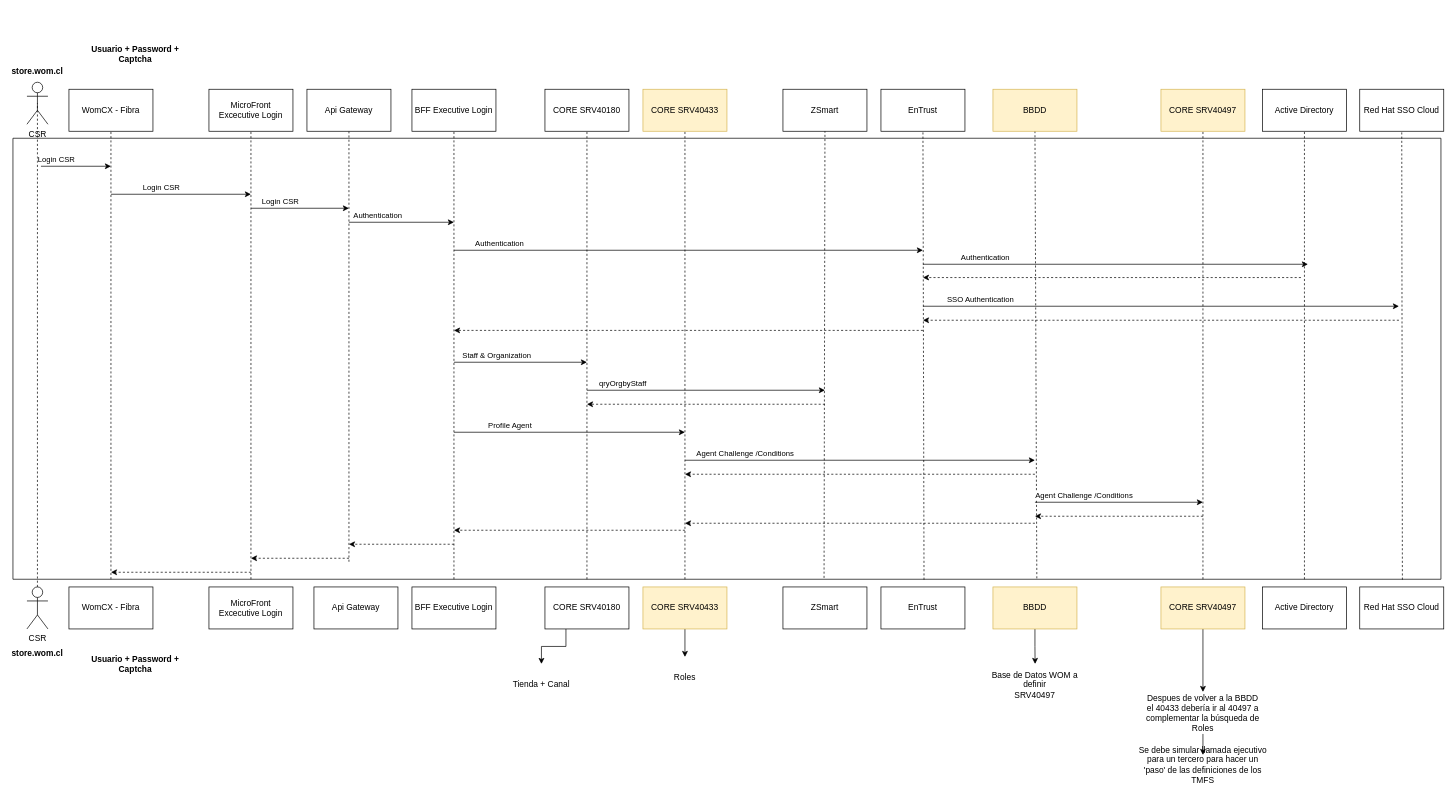
The draw.io diagram page "UML" (1 of 2) of LoginLayer.drawio in linosnt/womCX, before the edit. Source tidied: cells renumbered, new cells numbered last; positions are measured from the earlier drawing's top-left corner, leaving out a move shared by most shapes. Both pictures are drawn from the tidied source at 70%, with x=0, y=0 at pixel (13, 33).
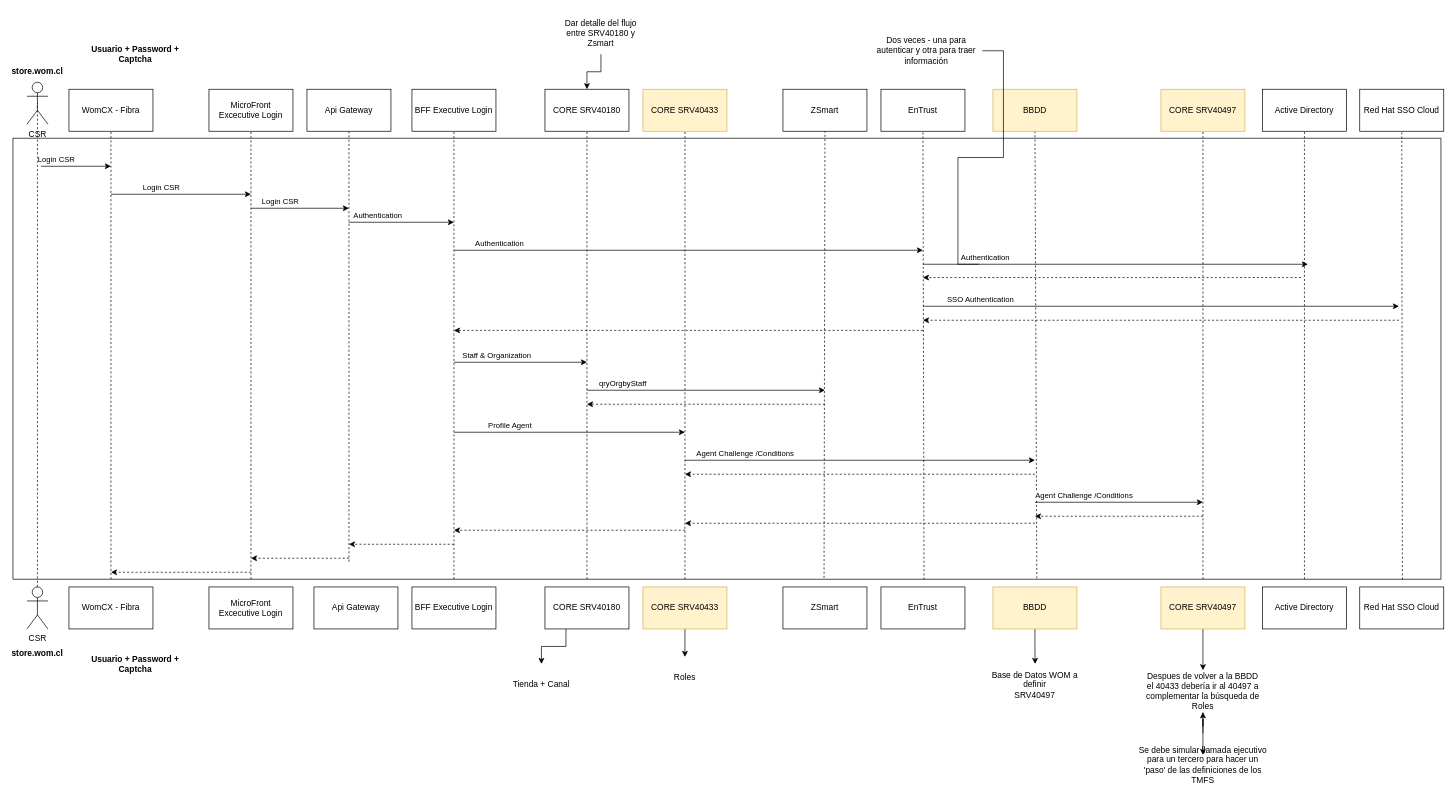
The same page after the edit.

The change refers to these unchanged cells:
```xml
<mxCell id="39" value="CORE SRV40180" style="rounded=0;whiteSpace=wrap;html=1;" parent="1" vertex="1">
  <mxGeometry x="760" y="80" width="120" height="60" as="geometry" />
</mxCell>
<mxCell id="82" value="Se debe simular llamada ejecutivo para un tercero para hacer un 'paso' de las definiciones de los TMFS" style="text;html=1;strokeColor=none;fillColor=none;align=center;verticalAlign=middle;whiteSpace=wrap;rounded=0;" parent="1" vertex="1">
  <mxGeometry x="1605" y="1000" width="190" height="90" as="geometry" />
</mxCell>
```

What changed in the source:
```diff
@@
     <mxCell id="80" value="Despues de volver a la BBDD el 40433 debería ir al 40497 a complementar la búsqueda de Roles&lt;br&gt;" style="text;html=1;strokeColor=none;fillColor=none;align=center;verticalAlign=middle;whiteSpace=wrap;rounded=0;" parent="1" vertex="1">
-      <mxGeometry x="1615" y="941" width="170" height="60" as="geometry" />
+      <mxGeometry x="1615" y="910" width="170" height="60" as="geometry" />
     </mxCell>
@@
+    <mxCell id="88" style="edgeStyle=orthogonalEdgeStyle;rounded=0;jettySize=auto;html=1;" parent="1" edge="1" source="82" target="80">
+      <mxGeometry relative="1" as="geometry" />
+    </mxCell>
@@
+    <mxCell id="89" style="edgeStyle=entityRelationEdgeStyle;rounded=0;jettySize=auto;html=1;endArrow=none;endFill=0;" parent="1" edge="1" source="90">
+      <mxGeometry relative="1" as="geometry">
+        <mxPoint x="1380" y="330" as="targetPoint" />
+      </mxGeometry>
+    </mxCell>
+    <mxCell id="90" value="Dos veces - una para autenticar y otra para traer información" style="text;html=1;strokeColor=none;fillColor=none;align=center;verticalAlign=middle;whiteSpace=wrap;rounded=0;" parent="1" vertex="1">
+      <mxGeometry x="1225" y="-30" width="160" height="110" as="geometry" />
+    </mxCell>
+    <mxCell id="91" style="edgeStyle=orthogonalEdgeStyle;rounded=0;jettySize=auto;html=1;entryX=0.5;entryY=0;entryDx=0;entryDy=0;" parent="1" edge="1" source="92" target="39">
+      <mxGeometry relative="1" as="geometry" />
+    </mxCell>
+    <mxCell id="92" value="Dar detalle del flujo entre SRV40180 y Zsmart" style="text;html=1;strokeColor=none;fillColor=none;align=center;verticalAlign=middle;whiteSpace=wrap;rounded=0;" parent="1" vertex="1">
+      <mxGeometry x="780" y="-30" width="120" height="60" as="geometry" />
+    </mxCell>
```
